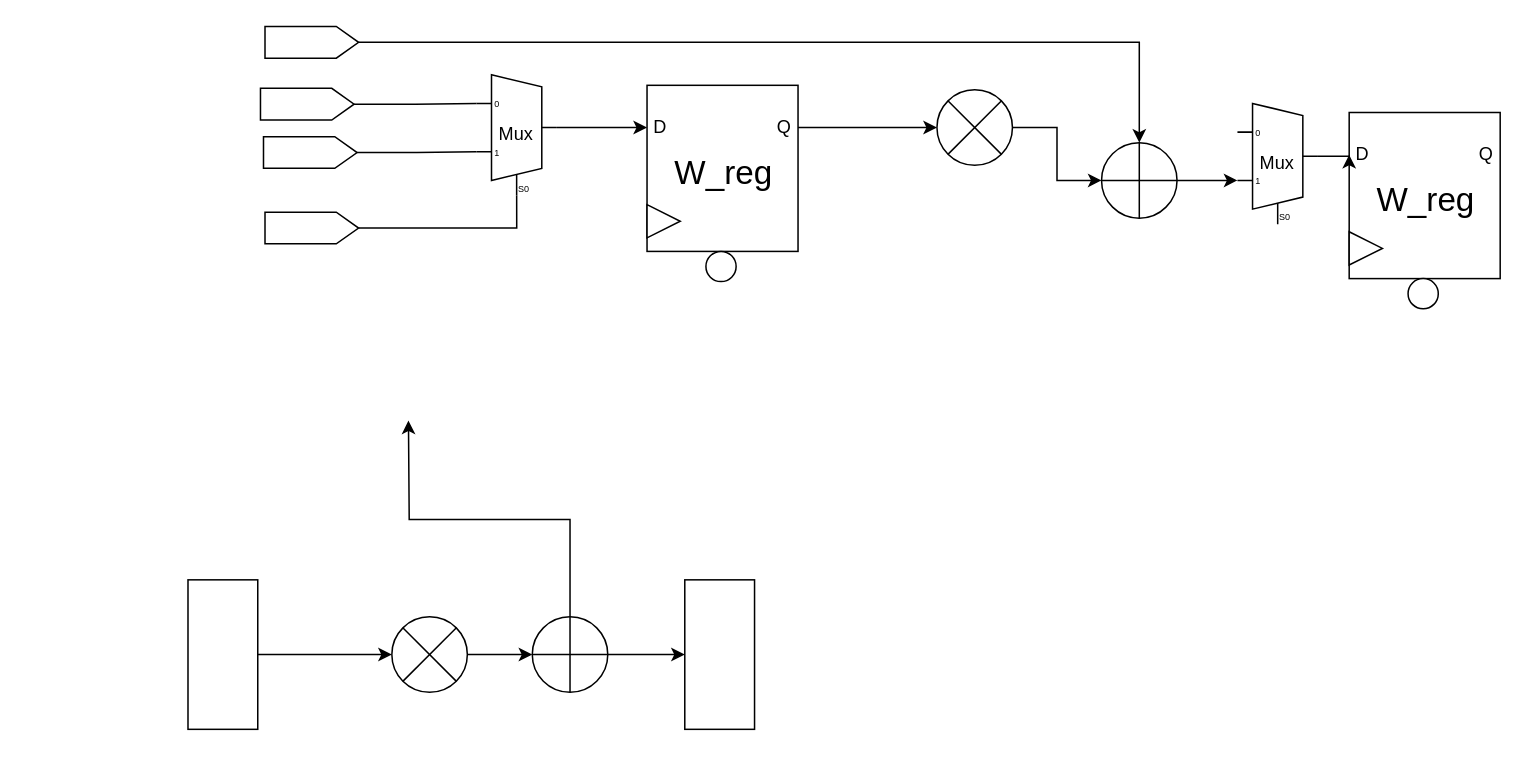
The draw.io diagram data flow.drawio in jihuien/ML100Days, before the edit. Source tidied: cells renumbered, new cells numbered last; positions are measured from the earlier drawing's top-left corner, leaving out a move shared by most shapes. Both pictures are drawn from the tidied source at 151%, with x=0, y=0 at pixel (187, 26).
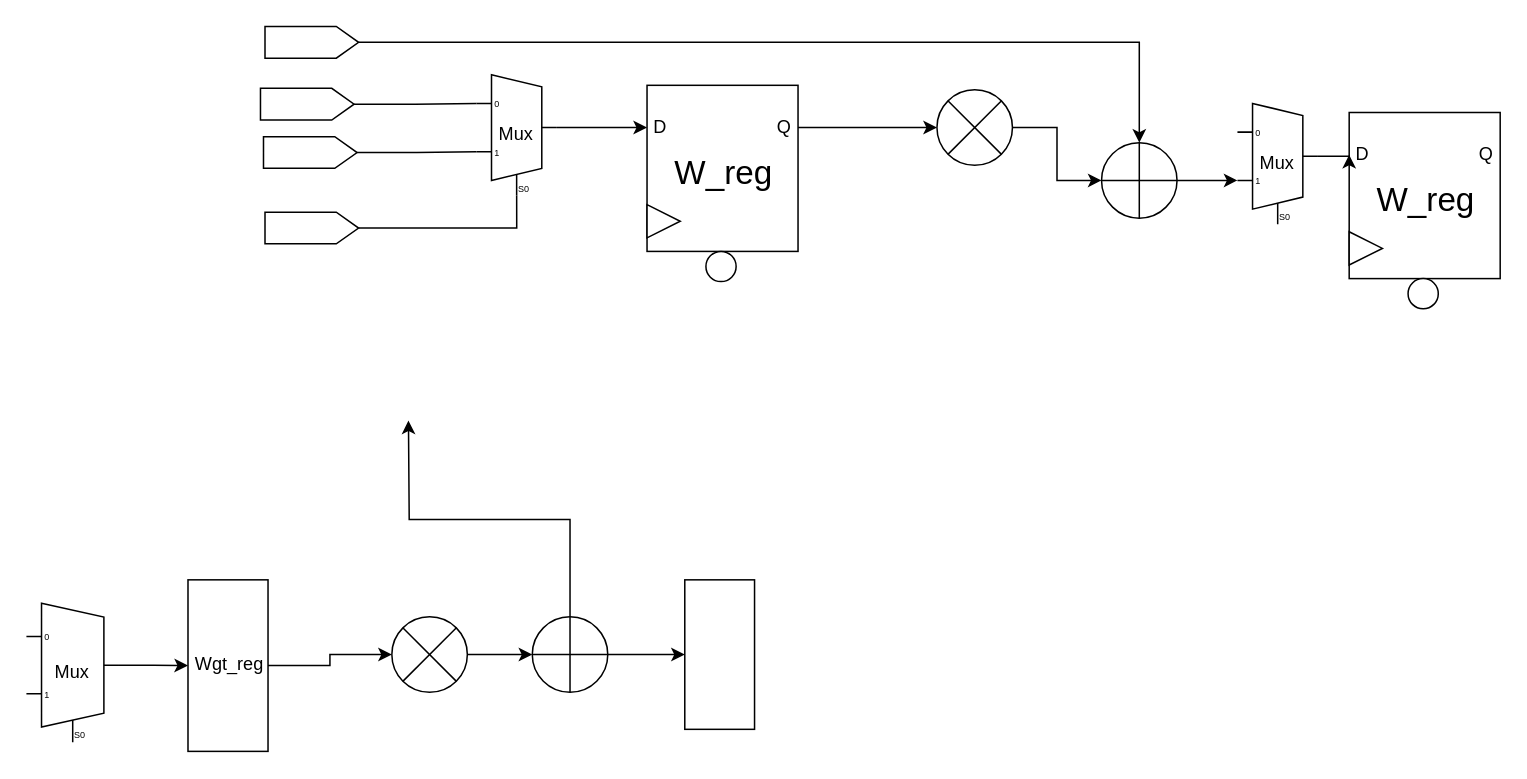
The same page after the edit.

Diff of the diagram source:
```diff
@@
     <mxCell id="35" style="rounded=0;whiteSpace=wrap;html=1;strokeColor=default;strokeWidth=1;align=center;verticalAlign=top;fontFamily=Helvetica;fontSize=12;fontColor=default;fillColor=default;gradientColor=none;" parent="1" vertex="1">
-      <mxGeometry y="366.5" width="46.2" height="99" as="geometry" />
+      <mxGeometry y="366.5" width="53" height="113.6" as="geometry" />
     </mxCell>
@@
+    <mxCell id="42" style="edgeStyle=orthogonalEdgeStyle;rounded=0;jettySize=auto;html=1;exitX=1;exitY=0.5;exitDx=0;exitDy=-5;exitPerimeter=0;entryX=0;entryY=0.5;entryDx=0;entryDy=0;" parent="1" edge="1" source="43" target="35">
+      <mxGeometry relative="1" as="geometry" />
+    </mxCell>
+    <mxCell id="43" value="Mux" style="shadow=0;dashed=0;align=center;html=1;strokeWidth=1;shape=mxgraph.electrical.abstract.mux2;whiteSpace=wrap;" parent="1" vertex="1">
+      <mxGeometry x="-107" y="382" width="61.3" height="92" as="geometry" />
+    </mxCell>
+    <mxCell id="44" value="Wgt_reg" style="text;whiteSpace=wrap;" parent="1" vertex="1">
+      <mxGeometry x="3" y="409.3" width="65" height="28" as="geometry" />
+    </mxCell>
```
